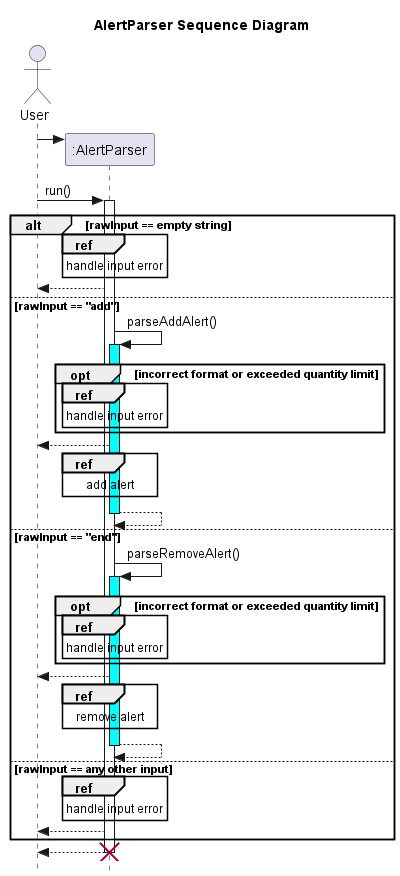
nus-cs2113-AY2223S2/tp keeps this PlantUML diagram as docs/UML/Alert/AlertParser.png. Above is the earlier version. Source of this version:
```plantuml
@startuml
title AlertParser Sequence Diagram

skinparam style strictuml
actor User
participant ":AlertParser"
User -> ":AlertParser" **

User -> ":AlertParser": run()
activate ":AlertParser"

alt rawInput == empty string
    ref over ":AlertParser"
        handle input error
    end
    ":AlertParser" --> User


else rawInput == "add"

    ":AlertParser" -> ":AlertParser": parseAddAlert()
    activate ":AlertParser" #cyan
        opt incorrect format or exceeded quantity limit
            ref over ":AlertParser"
                handle input error
            end ref
        end

    ":AlertParser" --> User
        ref over ":AlertParser"
            add alert
        end ref
    return

else rawInput == "end"

    ":AlertParser" -> ":AlertParser": parseRemoveAlert()
     activate ":AlertParser" #cyan
        opt incorrect format or exceeded quantity limit
            ref over ":AlertParser"
                handle input error
            end ref
        end

    ":AlertParser" --> User
        ref over ":AlertParser"
            remove alert
        end ref
    return


else rawInput == any other input
   ref over ":AlertParser"
    handle input error
    end ref
    ":AlertParser" --> User
end
return
destroy ":AlertParser"



@enduml
```
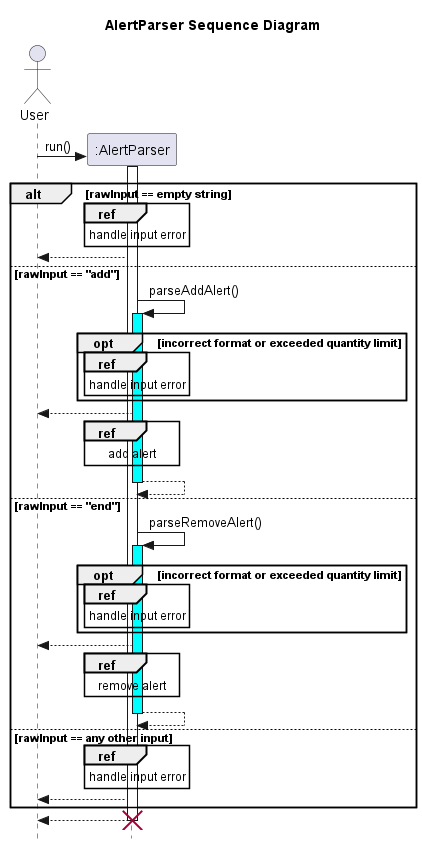
After the change.

Commit message:
Update images for sequence diagrams

The edit, as a diff of the source:
```diff
@@ -4,9 +4,8 @@
 skinparam style strictuml
 actor User
 participant ":AlertParser"
-User -> ":AlertParser" **
 
-User -> ":AlertParser": run()
+User -> ":AlertParser" **:run()
 activate ":AlertParser"
 
 alt rawInput == empty string
```
